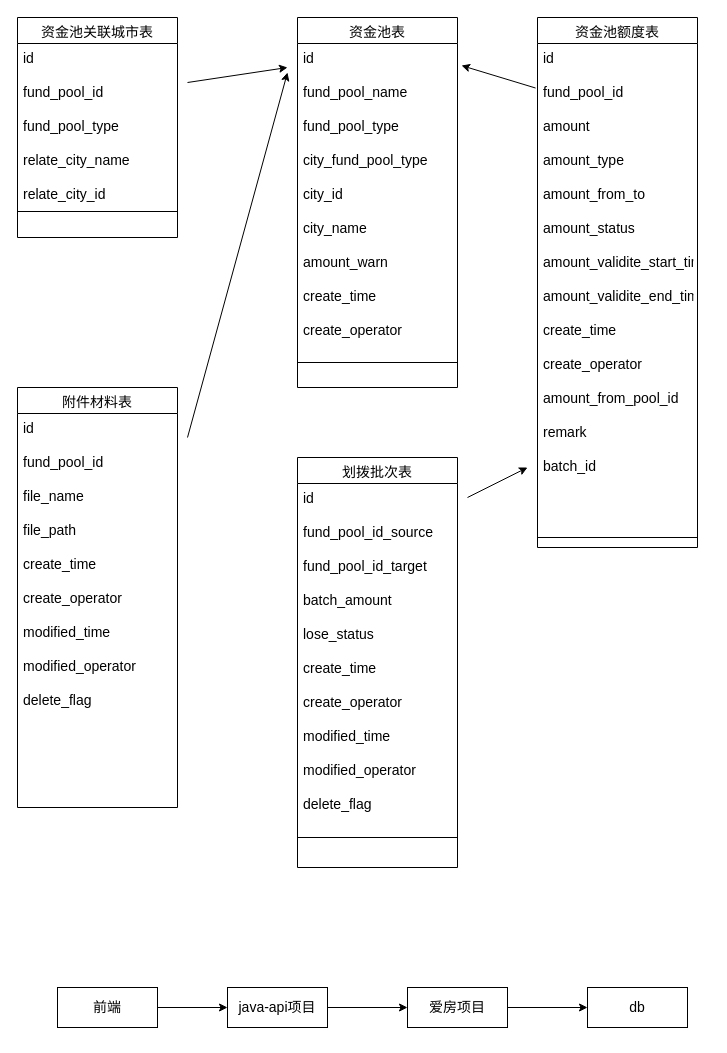
This is amount.drawio from chenrushui/draw, a draw.io file, before an edit. Source tidied: cells renumbered, new cells numbered last; positions are measured from the earlier drawing's top-left corner, leaving out a move shared by most shapes. Both pictures are drawn from the tidied source at 100%, with x=0, y=0 at pixel (17, 17).
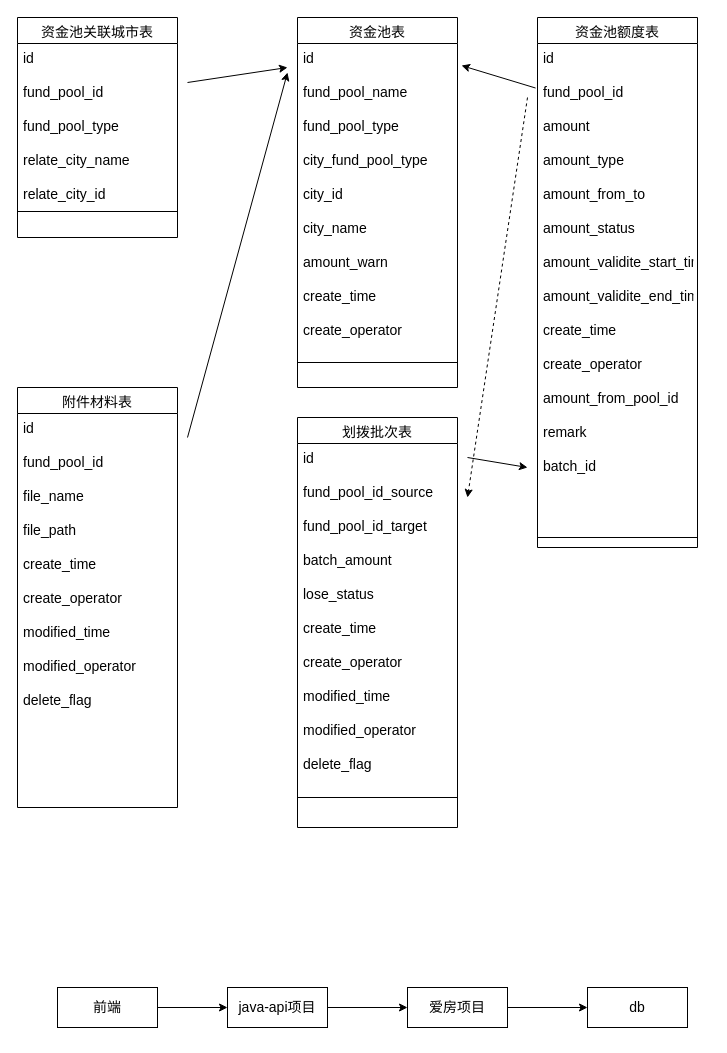
The same page after the edit.

What changed in the source:
```diff
@@
     <mxCell id="24" value="划拨批次表" style="swimlane;fontStyle=0;align=center;verticalAlign=top;horizontal=1;startSize=26;rounded=0;shadow=0;strokeWidth=1;fontSize=14;" parent="1" vertex="1">
-      <mxGeometry x="280" y="440" width="160" height="410" as="geometry" />
+      <mxGeometry x="280" y="400" width="160" height="410" as="geometry" />
     </mxCell>
@@
     <mxCell id="27" style="endArrow=classic;html=1;fontSize=14;" parent="1" edge="1">
       <mxGeometry relative="1" as="geometry">
-        <mxPoint x="450" y="480" as="sourcePoint" />
+        <mxPoint x="450" y="440" as="sourcePoint" />
         <mxPoint x="510" y="450" as="targetPoint" />
       </mxGeometry>
     </mxCell>
+    <mxCell id="28" style="endArrow=classic;html=1;fontSize=14;dashed=1;" parent="1" edge="1">
+      <mxGeometry relative="1" as="geometry">
+        <mxPoint x="510" y="80" as="sourcePoint" />
+        <mxPoint x="450" y="480" as="targetPoint" />
+      </mxGeometry>
+    </mxCell>
```
